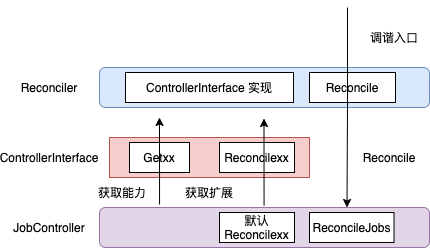
Earlier version of the draw.io export public/upload/kubernetes/kubeflow_common.png (qiankunli/qiankunli.github.io). Source tidied: cells renumbered, new cells last; positions are measured from the earlier drawing's top-left corner, leaving out a move shared by most shapes.
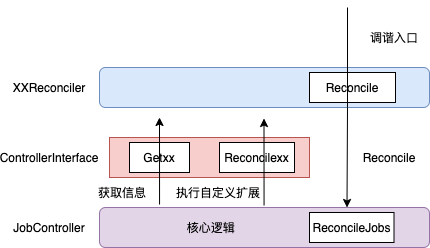
The same file after the commit.

What changed in the source:
```diff
@@ -8,7 +8,7 @@
     <mxCell id="3" value="Reconcile" style="rounded=0;whiteSpace=wrap;html=1;" parent="1" vertex="1">
       <mxGeometry x="280" y="65" width="86" height="30" as="geometry" />
     </mxCell>
-    <mxCell id="4" style="rounded=1;whiteSpace=wrap;html=1;fillColor=#e1d5e7;strokeColor=#9673a6;" parent="1" vertex="1">
+    <mxCell id="4" value="核心逻辑&amp;nbsp; &amp;nbsp; &amp;nbsp; &amp;nbsp; &amp;nbsp; &amp;nbsp; &amp;nbsp; &amp;nbsp; &amp;nbsp; &amp;nbsp; &amp;nbsp; &amp;nbsp; &amp;nbsp; &amp;nbsp; &amp;nbsp; &amp;nbsp;&amp;nbsp;" style="rounded=1;whiteSpace=wrap;html=1;fillColor=#e1d5e7;strokeColor=#9673a6;" parent="1" vertex="1">
       <mxGeometry x="70" y="200" width="330" height="40" as="geometry" />
     </mxCell>
     <mxCell id="5" style="rounded=0;whiteSpace=wrap;html=1;fillColor=#f8cecc;strokeColor=#b85450;" parent="1" vertex="1">
@@ -28,12 +28,9 @@
     <mxCell id="9" value="Reconcile" style="text;html=1;strokeColor=none;fillColor=none;align=center;verticalAlign=middle;whiteSpace=wrap;rounded=0;" parent="1" vertex="1">
       <mxGeometry x="340" y="140" width="40" height="20" as="geometry" />
     </mxCell>
-    <mxCell id="10" value="Reconciler" style="text;html=1;strokeColor=none;fillColor=none;align=center;verticalAlign=middle;whiteSpace=wrap;rounded=0;" parent="1" vertex="1">
+    <mxCell id="10" value="XXReconciler" style="text;html=1;strokeColor=none;fillColor=none;align=center;verticalAlign=middle;whiteSpace=wrap;rounded=0;" parent="1" vertex="1">
       <mxGeometry y="70" width="40" height="20" as="geometry" />
     </mxCell>
-    <mxCell id="11" value="ControllerInterface 实现" style="rounded=0;whiteSpace=wrap;html=1;" parent="1" vertex="1">
-      <mxGeometry x="96" y="65" width="168" height="30" as="geometry" />
-    </mxCell>
     <mxCell id="12" value="调谐入口" style="text;html=1;strokeColor=none;fillColor=none;align=center;verticalAlign=middle;whiteSpace=wrap;rounded=0;" parent="1" vertex="1">
       <mxGeometry x="340" y="20" width="50" height="20" as="geometry" />
     </mxCell>
@@ -42,11 +39,11 @@
         <mxPoint x="130" y="110" as="targetPoint" />
       </mxGeometry>
     </mxCell>
-    <mxCell id="14" value="获取能力" style="text;html=1;strokeColor=none;fillColor=none;align=center;verticalAlign=middle;whiteSpace=wrap;rounded=0;" parent="1" vertex="1">
+    <mxCell id="14" value="获取信息" style="text;html=1;strokeColor=none;fillColor=none;align=center;verticalAlign=middle;whiteSpace=wrap;rounded=0;" parent="1" vertex="1">
       <mxGeometry x="63" y="175" width="60" height="20" as="geometry" />
     </mxCell>
-    <mxCell id="15" value="获取扩展" style="text;html=1;strokeColor=none;fillColor=none;align=center;verticalAlign=middle;whiteSpace=wrap;rounded=0;" parent="1" vertex="1">
-      <mxGeometry x="150" y="175" width="60" height="20" as="geometry" />
+    <mxCell id="15" value="执行自定义扩展" style="text;html=1;strokeColor=none;fillColor=none;align=center;verticalAlign=middle;whiteSpace=wrap;rounded=0;" parent="1" vertex="1">
+      <mxGeometry x="139" y="175" width="100" height="20" as="geometry" />
     </mxCell>
     <mxCell id="16" style="endArrow=classic;html=1;exitX=0.182;exitY=-0.075;exitDx=0;exitDy=0;exitPerimeter=0;" parent="1" edge="1">
       <mxGeometry relative="1" as="geometry">
@@ -60,9 +57,6 @@
     <mxCell id="18" value="JobController" style="text;html=1;strokeColor=none;fillColor=none;align=center;verticalAlign=middle;whiteSpace=wrap;rounded=0;" parent="1" vertex="1">
       <mxGeometry y="210" width="40" height="20" as="geometry" />
     </mxCell>
-    <mxCell id="19" value="默认Reconcilexx" style="rounded=0;whiteSpace=wrap;html=1;" parent="1" vertex="1">
-      <mxGeometry x="190" y="205" width="75" height="30" as="geometry" />
-    </mxCell>
     <mxCell id="20" value="&lt;span&gt;ReconcileJobs&lt;/span&gt;" style="rounded=0;whiteSpace=wrap;html=1;" parent="1" vertex="1">
       <mxGeometry x="280" y="205" width="84.5" height="30" as="geometry" />
     </mxCell>
```
